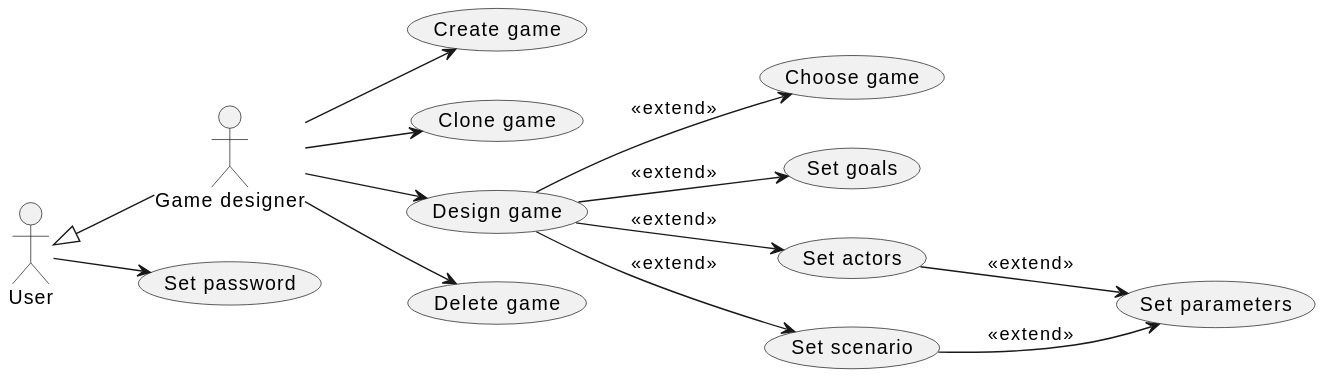
Before: doc/1-use-cases/diagrams/game-design.svg, a diagram exported from PlantUML (averbraeck/gscg-design). The source it was exported from:
```plantuml
@startuml
left to right direction

"Game designer" as GD
User <|-- GD

User --> (Set password)

GD --> (Create game)

GD --> (Clone game)

GD --> (Design game)
(Design game) --> (Choose game) : << extend >>
(Design game) --> (Set goals) : << extend >>
(Design game) --> (Set actors) : << extend >>
(Design game) --> (Set scenario) : << extend >>
(Set scenario) --> (Set parameters) : << extend >>
(Set actors) --> (Set parameters) : << extend >>

GD --> (Delete game)
@enduml
```
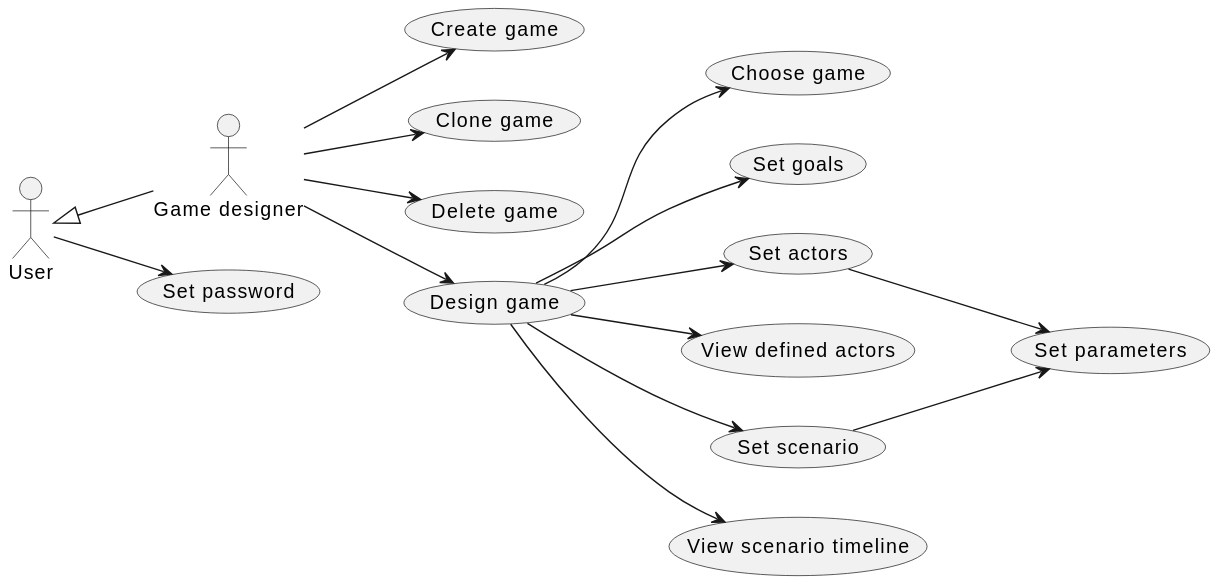
Above is the later version.

What changed in the source:
```diff
@@ -10,13 +10,15 @@
 
 GD --> (Clone game)
 
+GD --> (Delete game)
+
 GD --> (Design game)
-(Design game) --> (Choose game) : << extend >>
-(Design game) --> (Set goals) : << extend >>
-(Design game) --> (Set actors) : << extend >>
-(Design game) --> (Set scenario) : << extend >>
-(Set scenario) --> (Set parameters) : << extend >>
-(Set actors) --> (Set parameters) : << extend >>
-
-GD --> (Delete game)
+(Design game) --> (Choose game)
+(Design game) --> (Set goals)
+(Design game) --> (Set actors)
+(Design game) --> (View defined actors)
+(Design game) --> (Set scenario)
+(Design game) --> (View scenario timeline)
+(Set scenario) --> (Set parameters)
+(Set actors) --> (Set parameters)
 @enduml
```
